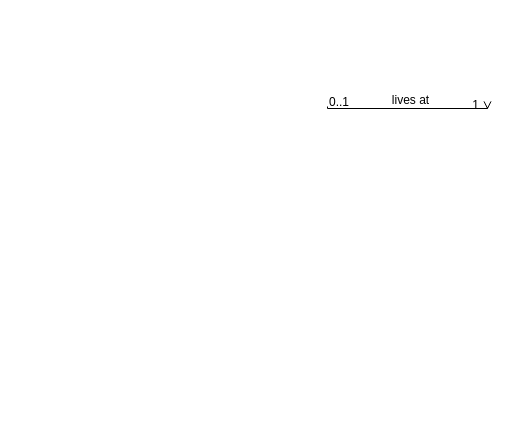
This is Untitled Diagram.drawio from zarmintaa/Skripsi, a draw.io file, before an edit. Source tidied: cells renumbered, new cells numbered last; positions are measured from the earlier drawing's top-left corner, leaving out a move shared by most shapes. Both pictures are drawn from the tidied source at 100%, with x=0, y=0 at pixel (327, 106).
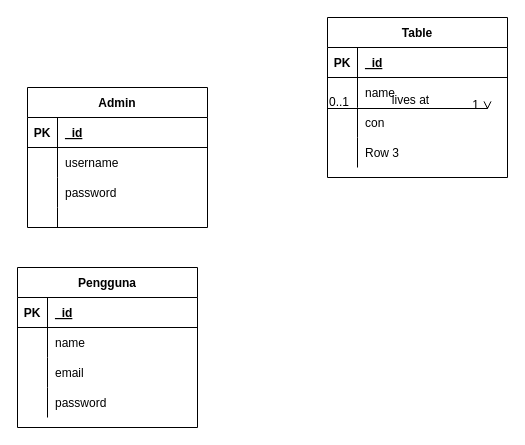
After the change.

The edit, as a diff of the source:
```diff
@@
+    <mxCell id="6" value="Admin" style="shape=table;startSize=30;childLayout=tableLayout;rowLines=0;fontStyle=1;align=center;" parent="1" vertex="1">
+      <mxGeometry x="-300" y="-19" width="180" height="140" as="geometry" />
+    </mxCell>
+    <mxCell id="7" style="shape=tableRow;horizontal=0;startSize=0;swimlaneHead=0;swimlaneBody=0;fillColor=none;top=0;left=0;right=0;bottom=1;" parent="6" vertex="1">
+      <mxGeometry y="30" width="180" height="30" as="geometry" />
+    </mxCell>
+    <mxCell id="8" value="PK" style="shape=partialRectangle;fillColor=none;top=0;left=0;bottom=0;right=0;fontStyle=1;overflow=hidden;" parent="7" vertex="1">
+      <mxGeometry width="30" height="30" as="geometry" />
+    </mxCell>
+    <mxCell id="9" value="_id" style="shape=partialRectangle;fillColor=none;top=0;left=0;bottom=0;right=0;align=left;spacingLeft=6;fontStyle=5;overflow=hidden;" parent="7" vertex="1">
+      <mxGeometry x="30" width="150" height="30" as="geometry" />
+    </mxCell>
+    <mxCell id="10" style="shape=tableRow;horizontal=0;startSize=0;swimlaneHead=0;swimlaneBody=0;fillColor=none;top=0;left=0;right=0;bottom=0;" parent="6" vertex="1">
+      <mxGeometry y="60" width="180" height="30" as="geometry" />
+    </mxCell>
+    <mxCell id="11" style="shape=partialRectangle;fillColor=none;top=0;left=0;bottom=0;right=0;overflow=hidden;" parent="10" vertex="1">
+      <mxGeometry width="30" height="30" as="geometry" />
+    </mxCell>
+    <mxCell id="12" value="username" style="shape=partialRectangle;fillColor=none;top=0;left=0;bottom=0;right=0;align=left;spacingLeft=6;overflow=hidden;" parent="10" vertex="1">
+      <mxGeometry x="30" width="150" height="30" as="geometry" />
+    </mxCell>
+    <mxCell id="13" style="shape=tableRow;horizontal=0;startSize=0;swimlaneHead=0;swimlaneBody=0;fillColor=none;top=0;left=0;right=0;bottom=0;" parent="6" vertex="1">
+      <mxGeometry y="90" width="180" height="30" as="geometry" />
+    </mxCell>
+    <mxCell id="14" style="shape=partialRectangle;fillColor=none;top=0;left=0;bottom=0;right=0;overflow=hidden;" parent="13" vertex="1">
+      <mxGeometry width="30" height="30" as="geometry" />
+    </mxCell>
+    <mxCell id="15" value="password" style="shape=partialRectangle;fillColor=none;top=0;left=0;bottom=0;right=0;align=left;spacingLeft=6;overflow=hidden;" parent="13" vertex="1">
+      <mxGeometry x="30" width="150" height="30" as="geometry" />
+    </mxCell>
+    <mxCell id="16" style="shape=tableRow;horizontal=0;startSize=0;swimlaneHead=0;swimlaneBody=0;fillColor=none;top=0;left=0;right=0;bottom=0;" parent="6" vertex="1">
+      <mxGeometry y="120" width="180" height="20" as="geometry" />
+    </mxCell>
+    <mxCell id="17" style="shape=partialRectangle;fillColor=none;top=0;left=0;bottom=0;right=0;overflow=hidden;" parent="16" vertex="1">
+      <mxGeometry width="30" height="20" as="geometry" />
+    </mxCell>
+    <mxCell id="18" style="shape=partialRectangle;fillColor=none;top=0;left=0;bottom=0;right=0;align=left;spacingLeft=6;overflow=hidden;" parent="16" vertex="1">
+      <mxGeometry x="30" width="150" height="20" as="geometry" />
+    </mxCell>
+    <mxCell id="19" value="Pengguna" style="shape=table;startSize=30;childLayout=tableLayout;rowLines=0;fontStyle=1;align=center;" parent="1" vertex="1">
+      <mxGeometry x="-310" y="161" width="180" height="160" as="geometry" />
+    </mxCell>
+    <mxCell id="20" style="shape=tableRow;horizontal=0;startSize=0;swimlaneHead=0;swimlaneBody=0;fillColor=none;top=0;left=0;right=0;bottom=1;" parent="19" vertex="1">
+      <mxGeometry y="30" width="180" height="30" as="geometry" />
+    </mxCell>
+    <mxCell id="21" value="PK" style="shape=partialRectangle;fillColor=none;top=0;left=0;bottom=0;right=0;fontStyle=1;overflow=hidden;" parent="20" vertex="1">
+      <mxGeometry width="30" height="30" as="geometry" />
+    </mxCell>
+    <mxCell id="22" value="_id" style="shape=partialRectangle;fillColor=none;top=0;left=0;bottom=0;right=0;align=left;spacingLeft=6;fontStyle=5;overflow=hidden;" parent="20" vertex="1">
+      <mxGeometry x="30" width="150" height="30" as="geometry" />
+    </mxCell>
+    <mxCell id="23" style="shape=tableRow;horizontal=0;startSize=0;swimlaneHead=0;swimlaneBody=0;fillColor=none;top=0;left=0;right=0;bottom=0;" parent="19" vertex="1">
+      <mxGeometry y="60" width="180" height="30" as="geometry" />
+    </mxCell>
+    <mxCell id="24" style="shape=partialRectangle;fillColor=none;top=0;left=0;bottom=0;right=0;overflow=hidden;" parent="23" vertex="1">
+      <mxGeometry width="30" height="30" as="geometry" />
+    </mxCell>
+    <mxCell id="25" value="name" style="shape=partialRectangle;fillColor=none;top=0;left=0;bottom=0;right=0;align=left;spacingLeft=6;overflow=hidden;" parent="23" vertex="1">
+      <mxGeometry x="30" width="150" height="30" as="geometry" />
+    </mxCell>
+    <mxCell id="26" style="shape=tableRow;horizontal=0;startSize=0;swimlaneHead=0;swimlaneBody=0;fillColor=none;top=0;left=0;right=0;bottom=0;" parent="19" vertex="1">
+      <mxGeometry y="90" width="180" height="30" as="geometry" />
+    </mxCell>
+    <mxCell id="27" style="shape=partialRectangle;fillColor=none;top=0;left=0;bottom=0;right=0;overflow=hidden;" parent="26" vertex="1">
+      <mxGeometry width="30" height="30" as="geometry" />
+    </mxCell>
+    <mxCell id="28" value="email" style="shape=partialRectangle;fillColor=none;top=0;left=0;bottom=0;right=0;align=left;spacingLeft=6;overflow=hidden;" parent="26" vertex="1">
+      <mxGeometry x="30" width="150" height="30" as="geometry" />
+    </mxCell>
+    <mxCell id="29" style="shape=tableRow;horizontal=0;startSize=0;swimlaneHead=0;swimlaneBody=0;fillColor=none;top=0;left=0;right=0;bottom=0;" parent="19" vertex="1">
+      <mxGeometry y="120" width="180" height="30" as="geometry" />
+    </mxCell>
+    <mxCell id="30" style="shape=partialRectangle;fillColor=none;top=0;left=0;bottom=0;right=0;overflow=hidden;" parent="29" vertex="1">
+      <mxGeometry width="30" height="30" as="geometry" />
+    </mxCell>
+    <mxCell id="31" value="password" style="shape=partialRectangle;fillColor=none;top=0;left=0;bottom=0;right=0;align=left;spacingLeft=6;overflow=hidden;" parent="29" vertex="1">
+      <mxGeometry x="30" width="150" height="30" as="geometry" />
+    </mxCell>
+    <mxCell id="32" value="Table" style="shape=table;startSize=30;childLayout=tableLayout;rowLines=0;fontStyle=1;align=center;" parent="1" vertex="1">
+      <mxGeometry y="-89" width="180" height="160" as="geometry" />
+    </mxCell>
+    <mxCell id="33" style="shape=tableRow;horizontal=0;startSize=0;swimlaneHead=0;swimlaneBody=0;fillColor=none;top=0;left=0;right=0;bottom=1;" parent="32" vertex="1">
+      <mxGeometry y="30" width="180" height="30" as="geometry" />
+    </mxCell>
+    <mxCell id="34" value="PK" style="shape=partialRectangle;fillColor=none;top=0;left=0;bottom=0;right=0;fontStyle=1;overflow=hidden;" parent="33" vertex="1">
+      <mxGeometry width="30" height="30" as="geometry" />
+    </mxCell>
+    <mxCell id="35" value="_id" style="shape=partialRectangle;fillColor=none;top=0;left=0;bottom=0;right=0;align=left;spacingLeft=6;fontStyle=5;overflow=hidden;" parent="33" vertex="1">
+      <mxGeometry x="30" width="150" height="30" as="geometry" />
+    </mxCell>
+    <mxCell id="36" style="shape=tableRow;horizontal=0;startSize=0;swimlaneHead=0;swimlaneBody=0;fillColor=none;top=0;left=0;right=0;bottom=0;" parent="32" vertex="1">
+      <mxGeometry y="60" width="180" height="30" as="geometry" />
+    </mxCell>
+    <mxCell id="37" style="shape=partialRectangle;fillColor=none;top=0;left=0;bottom=0;right=0;overflow=hidden;" parent="36" vertex="1">
+      <mxGeometry width="30" height="30" as="geometry" />
+    </mxCell>
+    <mxCell id="38" value="name" style="shape=partialRectangle;fillColor=none;top=0;left=0;bottom=0;right=0;align=left;spacingLeft=6;overflow=hidden;" parent="36" vertex="1">
+      <mxGeometry x="30" width="150" height="30" as="geometry" />
+    </mxCell>
+    <mxCell id="39" style="shape=tableRow;horizontal=0;startSize=0;swimlaneHead=0;swimlaneBody=0;fillColor=none;top=0;left=0;right=0;bottom=0;" parent="32" vertex="1">
+      <mxGeometry y="90" width="180" height="30" as="geometry" />
+    </mxCell>
+    <mxCell id="40" style="shape=partialRectangle;fillColor=none;top=0;left=0;bottom=0;right=0;overflow=hidden;" parent="39" vertex="1">
+      <mxGeometry width="30" height="30" as="geometry" />
+    </mxCell>
+    <mxCell id="41" value="con" style="shape=partialRectangle;fillColor=none;top=0;left=0;bottom=0;right=0;align=left;spacingLeft=6;overflow=hidden;" parent="39" vertex="1">
+      <mxGeometry x="30" width="150" height="30" as="geometry" />
+    </mxCell>
+    <mxCell id="42" style="shape=tableRow;horizontal=0;startSize=0;swimlaneHead=0;swimlaneBody=0;fillColor=none;top=0;left=0;right=0;bottom=0;" parent="32" vertex="1">
+      <mxGeometry y="120" width="180" height="30" as="geometry" />
+    </mxCell>
+    <mxCell id="43" style="shape=partialRectangle;fillColor=none;top=0;left=0;bottom=0;right=0;overflow=hidden;" parent="42" vertex="1">
+      <mxGeometry width="30" height="30" as="geometry" />
+    </mxCell>
+    <mxCell id="44" value="Row 3" style="shape=partialRectangle;fillColor=none;top=0;left=0;bottom=0;right=0;align=left;spacingLeft=6;overflow=hidden;" parent="42" vertex="1">
+      <mxGeometry x="30" width="150" height="30" as="geometry" />
+    </mxCell>
```
